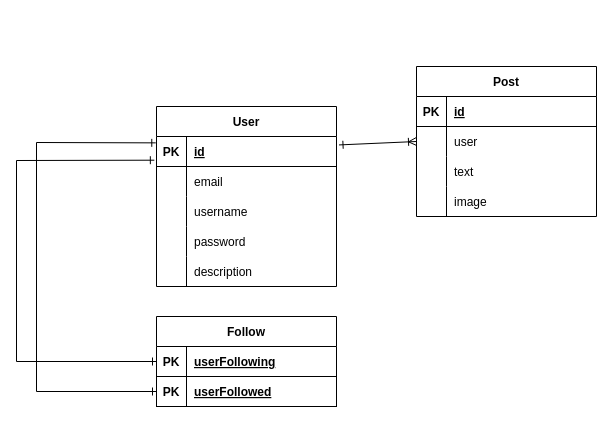
Before: diagram.drawio in viniciussslima/b2bit-mini-twitter, a draw.io diagram. Source tidied: cells renumbered, new cells numbered last; positions are measured from the earlier drawing's top-left corner, leaving out a move shared by most shapes. Both pictures are drawn from the tidied source at 100%, with x=0, y=0 at pixel (16, 66).
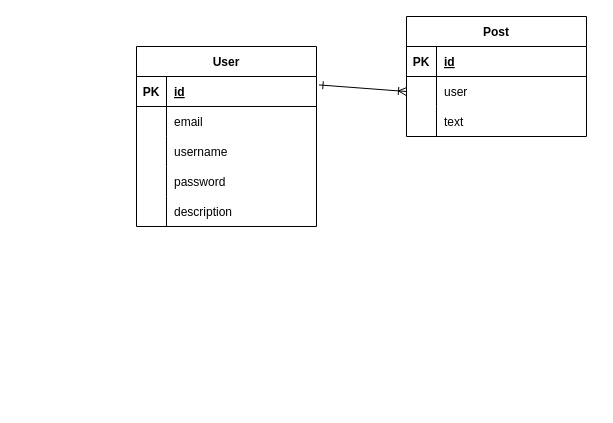
The same diagram, later.

The change refers to these unchanged cells:
```xml
<mxCell id="5" style="shape=partialRectangle;fillColor=none;top=0;left=0;bottom=1;right=0;points=[[0,0.5],[1,0.5]];portConstraint=eastwest;rounded=0;" parent="4" vertex="1">
  <mxGeometry y="30" width="180" height="30" as="geometry" />
</mxCell>
```

Diff of the diagram source:
```diff
@@
-    <mxCell id="3" style="edgeStyle=none;html=1;exitX=-0.012;exitY=0.79;exitDx=0;exitDy=0;entryX=0;entryY=0.5;entryDx=0;entryDy=0;endArrow=ERone;endFill=0;exitPerimeter=0;startArrow=ERone;startFill=0;rounded=0;" parent="1" edge="1" source="5" target="34">
-      <mxGeometry relative="1" as="geometry">
-        <Array as="points">
-          <mxPoint y="94" />
-          <mxPoint y="295" />
-        </Array>
-      </mxGeometry>
-    </mxCell>
     <mxCell id="4" value="User" style="shape=table;startSize=30;childLayout=tableLayout;rowLines=0;fontStyle=1;align=center;rounded=0;" parent="1" vertex="1">
-      <mxGeometry x="140" y="40" width="180" height="180" as="geometry" />
+      <mxGeometry x="120" y="-20" width="180" height="180" as="geometry" />
     </mxCell>
@@
     <mxCell id="20" value="Post" style="shape=table;startSize=30;childLayout=tableLayout;rowLines=0;fontStyle=1;align=center;rounded=0;" parent="1" vertex="1">
-      <mxGeometry x="400" width="180" height="150" as="geometry" />
+      <mxGeometry x="390" y="-50" width="180" height="120" as="geometry" />
     </mxCell>
@@
-    <mxCell id="30" style="shape=partialRectangle;fillColor=none;top=0;left=0;bottom=0;right=0;rounded=0;" parent="20" vertex="1">
-      <mxGeometry y="120" width="180" height="30" as="geometry" />
-    </mxCell>
-    <mxCell id="31" style="shape=partialRectangle;fillColor=none;top=0;left=0;bottom=0;right=0;overflow=hidden;rounded=0;" parent="30" vertex="1">
-      <mxGeometry width="30" height="30" as="geometry" />
-    </mxCell>
-    <mxCell id="32" value="image" style="shape=partialRectangle;fillColor=none;top=0;left=0;bottom=0;right=0;align=left;spacingLeft=6;overflow=hidden;rounded=0;" parent="30" vertex="1">
-      <mxGeometry x="30" width="150" height="30" as="geometry" />
-    </mxCell>
-    <mxCell id="33" value="Follow" style="shape=table;startSize=30;childLayout=tableLayout;rowLines=0;fontStyle=1;align=center;rounded=0;" parent="1" vertex="1">
-      <mxGeometry x="140" y="250" width="180" height="90" as="geometry" />
-    </mxCell>
-    <mxCell id="34" style="shape=partialRectangle;fillColor=none;top=0;left=0;bottom=1;right=0;points=[[0,0.5],[1,0.5]];portConstraint=eastwest;rounded=0;" parent="33" vertex="1">
-      <mxGeometry y="30" width="180" height="30" as="geometry" />
-    </mxCell>
-    <mxCell id="35" value="PK" style="shape=partialRectangle;fillColor=none;top=0;left=0;bottom=0;right=0;fontStyle=1;overflow=hidden;rounded=0;" parent="34" vertex="1">
-      <mxGeometry width="30" height="30" as="geometry" />
-    </mxCell>
-    <mxCell id="36" value="userFollowing" style="shape=partialRectangle;fillColor=none;top=0;left=0;bottom=0;right=0;align=left;spacingLeft=6;fontStyle=5;overflow=hidden;rounded=0;" parent="34" vertex="1">
-      <mxGeometry x="30" width="150" height="30" as="geometry" />
-    </mxCell>
-    <mxCell id="37" style="shape=partialRectangle;fillColor=none;top=0;left=0;bottom=1;right=0;points=[[0,0.5],[1,0.5]];portConstraint=eastwest;rounded=0;" parent="33" vertex="1">
-      <mxGeometry y="60" width="180" height="30" as="geometry" />
-    </mxCell>
-    <mxCell id="38" value="PK" style="shape=partialRectangle;fillColor=none;top=0;left=0;bottom=0;right=0;fontStyle=1;overflow=hidden;rounded=0;" parent="37" vertex="1">
-      <mxGeometry width="30" height="30" as="geometry" />
-    </mxCell>
-    <mxCell id="39" value="userFollowed" style="shape=partialRectangle;fillColor=none;top=0;left=0;bottom=0;right=0;align=left;spacingLeft=6;fontStyle=5;overflow=hidden;rounded=0;" parent="37" vertex="1">
-      <mxGeometry x="30" width="150" height="30" as="geometry" />
-    </mxCell>
-    <mxCell id="40" style="edgeStyle=none;html=1;exitX=-0.004;exitY=0.212;exitDx=0;exitDy=0;entryX=0;entryY=0.5;entryDx=0;entryDy=0;endArrow=ERone;endFill=0;startArrow=ERone;startFill=0;rounded=0;exitPerimeter=0;" parent="1" edge="1" source="5" target="37">
-      <mxGeometry relative="1" as="geometry">
-        <Array as="points">
-          <mxPoint x="20" y="76" />
-          <mxPoint x="20" y="325" />
-        </Array>
-      </mxGeometry>
-    </mxCell>
```
